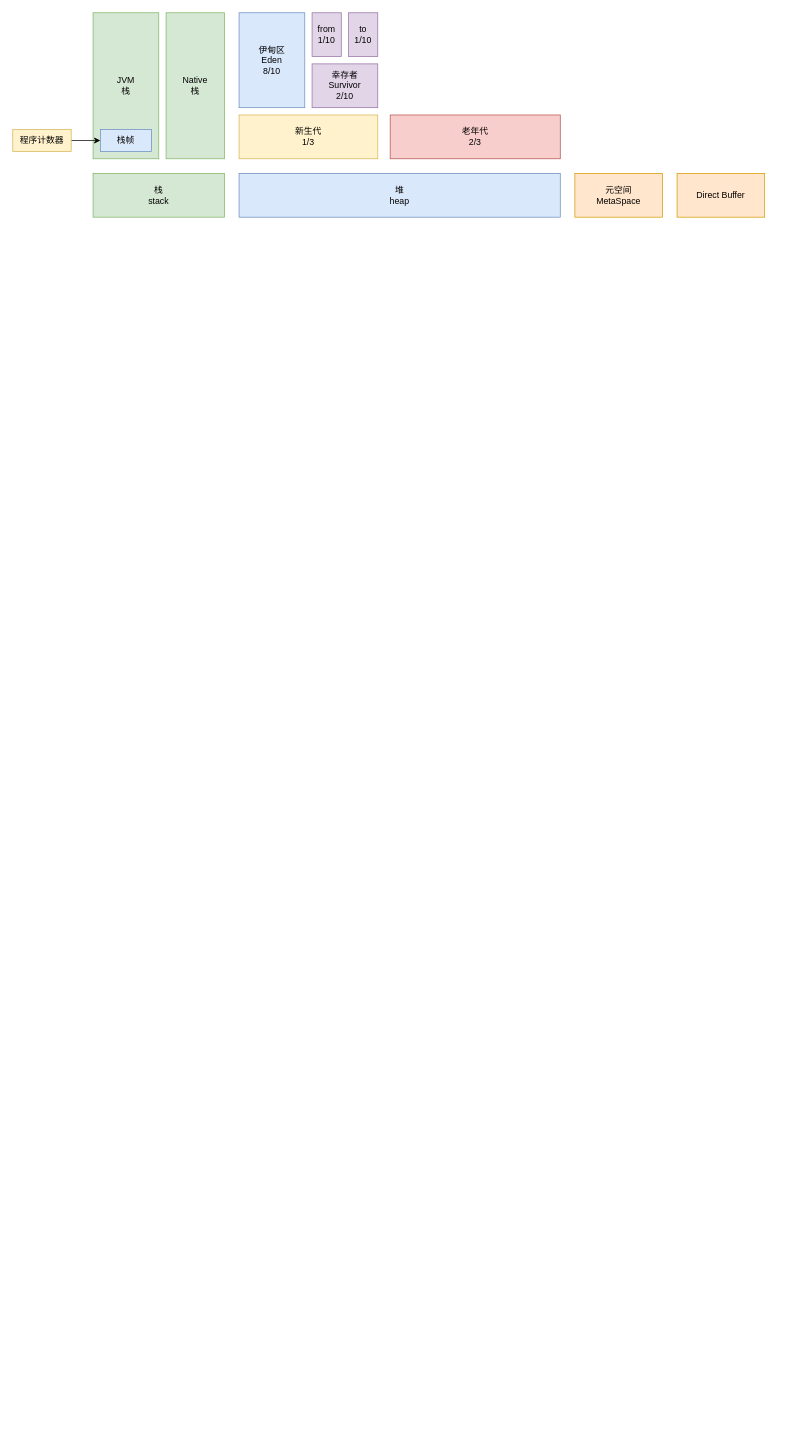
The draw.io diagram jvm/JMM.drawio in thebesteric/draw.io, before the edit. Source tidied: cells renumbered, new cells numbered last; positions are measured from the earlier drawing's top-left corner, leaving out a move shared by most shapes. Both pictures are drawn from the tidied source at 73%, with x=0, y=0 at pixel (12, 12).
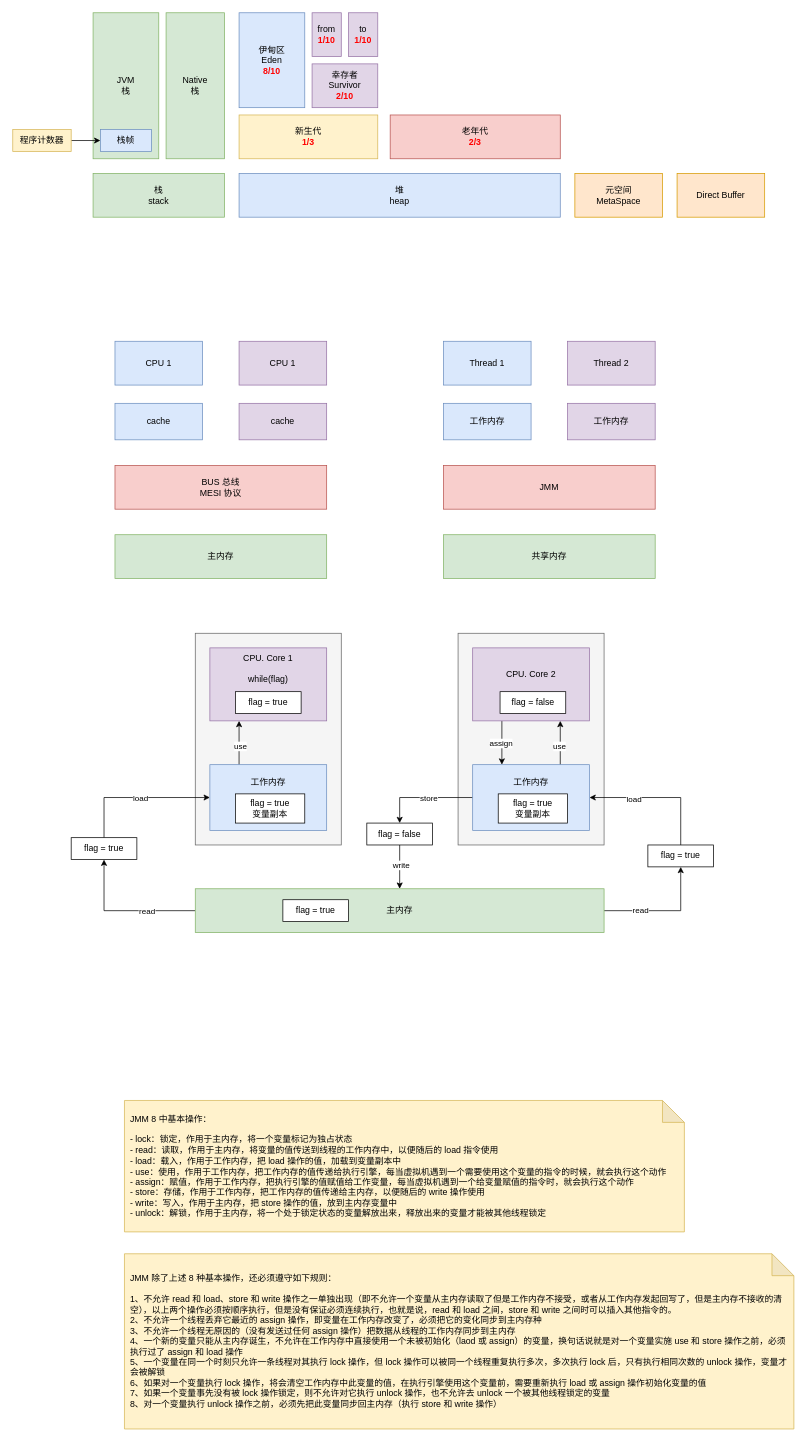
After the change.

Diff of the diagram source:
```diff
@@
-    <mxCell id="11" value="新生代&lt;br&gt;1/3" style="rounded=0;whiteSpace=wrap;html=1;fillColor=#fff2cc;strokeColor=#d6b656;" parent="1" vertex="1">
+    <mxCell id="11" value="新生代&lt;br&gt;&lt;b&gt;&lt;font color=&quot;#ff0000&quot;&gt;1/3&lt;/font&gt;&lt;/b&gt;" style="rounded=0;whiteSpace=wrap;html=1;fillColor=#fff2cc;strokeColor=#d6b656;" parent="1" vertex="1">
       <mxGeometry x="310" y="140" width="190" height="60" as="geometry" />
     </mxCell>
-    <mxCell id="12" value="老年代&lt;br&gt;2/3" style="rounded=0;whiteSpace=wrap;html=1;fillColor=#f8cecc;strokeColor=#b85450;" parent="1" vertex="1">
+    <mxCell id="12" value="老年代&lt;br&gt;&lt;b&gt;&lt;font color=&quot;#ff0000&quot;&gt;2/3&lt;/font&gt;&lt;/b&gt;" style="rounded=0;whiteSpace=wrap;html=1;fillColor=#f8cecc;strokeColor=#b85450;" parent="1" vertex="1">
       <mxGeometry x="517" y="140" width="233" height="60" as="geometry" />
     </mxCell>
-    <mxCell id="13" value="伊甸区&lt;br&gt;Eden&lt;br&gt;8/10" style="rounded=0;whiteSpace=wrap;html=1;fillColor=#dae8fc;strokeColor=#6c8ebf;" parent="1" vertex="1">
+    <mxCell id="13" value="伊甸区&lt;br&gt;Eden&lt;br&gt;&lt;b&gt;&lt;font color=&quot;#ff0000&quot;&gt;8/10&lt;/font&gt;&lt;/b&gt;" style="rounded=0;whiteSpace=wrap;html=1;fillColor=#dae8fc;strokeColor=#6c8ebf;" parent="1" vertex="1">
       <mxGeometry x="310" width="90" height="130" as="geometry" />
     </mxCell>
-    <mxCell id="14" value="幸存者&lt;br&gt;Survivor&lt;br&gt;2/10" style="rounded=0;whiteSpace=wrap;html=1;fillColor=#e1d5e7;strokeColor=#9673a6;" parent="1" vertex="1">
+    <mxCell id="14" value="幸存者&lt;br&gt;Survivor&lt;br&gt;&lt;b&gt;&lt;font color=&quot;#ff0000&quot;&gt;2/10&lt;/font&gt;&lt;/b&gt;" style="rounded=0;whiteSpace=wrap;html=1;fillColor=#e1d5e7;strokeColor=#9673a6;" parent="1" vertex="1">
       <mxGeometry x="410" y="70" width="90" height="60" as="geometry" />
     </mxCell>
-    <mxCell id="15" value="from&lt;br&gt;1/10" style="rounded=0;whiteSpace=wrap;html=1;fillColor=#e1d5e7;strokeColor=#9673a6;" parent="1" vertex="1">
+    <mxCell id="15" value="from&lt;br&gt;&lt;b&gt;&lt;font color=&quot;#ff0000&quot;&gt;1/10&lt;/font&gt;&lt;/b&gt;" style="rounded=0;whiteSpace=wrap;html=1;fillColor=#e1d5e7;strokeColor=#9673a6;" parent="1" vertex="1">
       <mxGeometry x="410" width="40" height="60" as="geometry" />
     </mxCell>
-    <mxCell id="16" value="to&lt;br&gt;1/10" style="rounded=0;whiteSpace=wrap;html=1;fillColor=#e1d5e7;strokeColor=#9673a6;" parent="1" vertex="1">
+    <mxCell id="16" value="to&lt;br&gt;&lt;b&gt;&lt;font color=&quot;#ff0000&quot;&gt;1/10&lt;/font&gt;&lt;/b&gt;" style="rounded=0;whiteSpace=wrap;html=1;fillColor=#e1d5e7;strokeColor=#9673a6;" parent="1" vertex="1">
       <mxGeometry x="460" width="40" height="60" as="geometry" />
     </mxCell>
+    <mxCell id="17" value="主内存" style="rounded=0;whiteSpace=wrap;html=1;fillColor=#d5e8d4;strokeColor=#82b366;" parent="1" vertex="1">
+      <mxGeometry x="140" y="715" width="290" height="60" as="geometry" />
+    </mxCell>
+    <mxCell id="18" value="BUS 总线&lt;br&gt;MESI 协议" style="rounded=0;whiteSpace=wrap;html=1;fillColor=#f8cecc;strokeColor=#b85450;" parent="1" vertex="1">
+      <mxGeometry x="140" y="620" width="290" height="60" as="geometry" />
+    </mxCell>
+    <mxCell id="19" value="cache" style="rounded=0;whiteSpace=wrap;html=1;fillColor=#dae8fc;strokeColor=#6c8ebf;" parent="1" vertex="1">
+      <mxGeometry x="140" y="535" width="120" height="50" as="geometry" />
+    </mxCell>
+    <mxCell id="20" value="cache" style="rounded=0;whiteSpace=wrap;html=1;fillColor=#e1d5e7;strokeColor=#9673a6;" parent="1" vertex="1">
+      <mxGeometry x="310" y="535" width="120" height="50" as="geometry" />
+    </mxCell>
+    <mxCell id="21" value="CPU 1" style="rounded=0;whiteSpace=wrap;html=1;fillColor=#dae8fc;strokeColor=#6c8ebf;" parent="1" vertex="1">
+      <mxGeometry x="140" y="450" width="120" height="60" as="geometry" />
+    </mxCell>
+    <mxCell id="22" value="CPU 1" style="rounded=0;whiteSpace=wrap;html=1;fillColor=#e1d5e7;strokeColor=#9673a6;" parent="1" vertex="1">
+      <mxGeometry x="310" y="450" width="120" height="60" as="geometry" />
+    </mxCell>
+    <mxCell id="23" value="共享内存" style="rounded=0;whiteSpace=wrap;html=1;fillColor=#d5e8d4;strokeColor=#82b366;" parent="1" vertex="1">
+      <mxGeometry x="590" y="715" width="290" height="60" as="geometry" />
+    </mxCell>
+    <mxCell id="24" value="JMM" style="rounded=0;whiteSpace=wrap;html=1;fillColor=#f8cecc;strokeColor=#b85450;" parent="1" vertex="1">
+      <mxGeometry x="590" y="620" width="290" height="60" as="geometry" />
+    </mxCell>
+    <mxCell id="25" value="工作内存" style="rounded=0;whiteSpace=wrap;html=1;fillColor=#dae8fc;strokeColor=#6c8ebf;" parent="1" vertex="1">
+      <mxGeometry x="590" y="535" width="120" height="50" as="geometry" />
+    </mxCell>
+    <mxCell id="26" value="工作内存" style="rounded=0;whiteSpace=wrap;html=1;fillColor=#e1d5e7;strokeColor=#9673a6;" parent="1" vertex="1">
+      <mxGeometry x="760" y="535" width="120" height="50" as="geometry" />
+    </mxCell>
+    <mxCell id="27" value="Thread 1" style="rounded=0;whiteSpace=wrap;html=1;fillColor=#dae8fc;strokeColor=#6c8ebf;" parent="1" vertex="1">
+      <mxGeometry x="590" y="450" width="120" height="60" as="geometry" />
+    </mxCell>
+    <mxCell id="28" value="Thread 2" style="rounded=0;whiteSpace=wrap;html=1;fillColor=#e1d5e7;strokeColor=#9673a6;" parent="1" vertex="1">
+      <mxGeometry x="760" y="450" width="120" height="60" as="geometry" />
+    </mxCell>
+    <mxCell id="29" value="&lt;div class=&quot;mind-clipboard&quot;&gt;&lt;div&gt;JMM 8 中基本操作：&lt;/div&gt;&lt;div&gt;&lt;br&gt;&lt;/div&gt;- lock：锁定，作用于主内存，将一个变量标记为独占状态&lt;div&gt;- read：读取，作用于主内存，将变量的值传送到线程的工作内存中，以便随后的 load 指令使用&lt;/div&gt;&lt;div&gt;- load：载入，作用于工作内存，把 load 操作的值，加载到变量副本中&lt;/div&gt;&lt;div&gt;- use：使用，作用于工作内存，把工作内存的值传递给执行引擎，每当虚拟机遇到一个需要使用这个变量的指令的时候，就会执行这个动作&lt;/div&gt;&lt;div&gt;- assign：赋值，作用于工作内存，把执行引擎的值赋值给工作变量，每当虚拟机遇到一个给变量赋值的指令时，就会执行这个动作&lt;/div&gt;&lt;div&gt;- store：存储，作用于工作内存，把工作内存的值传递给主内存，以便随后的 write 操作使用&lt;/div&gt;&lt;div&gt;- write：写入，作用于主内存，把 store 操作的值，放到主内存变量中&lt;/div&gt;&lt;div&gt;- unlock：解锁，作用于主内存，将一个处于锁定状态的变量解放出来，释放出来的变量才能被其他线程锁定&lt;/div&gt;&lt;/div&gt;" style="shape=note;whiteSpace=wrap;html=1;backgroundOutline=1;darkOpacity=0.05;shadow=0;fontFamily=Helvetica;fillColor=#fff2cc;strokeColor=#d6b656;align=left;spacing=8;" parent="1" vertex="1">
+      <mxGeometry x="153" y="1490" width="767" height="180" as="geometry" />
+    </mxCell>
+    <mxCell id="30" value="&lt;div class=&quot;mind-clipboard&quot;&gt;JMM 除了上述 8 种基本操作，还必须遵守如下规则：&lt;div&gt;&lt;br&gt;&lt;/div&gt;&lt;div&gt;1、不允许 read 和 load、store 和 write 操作之一单独出现（即不允许一个变量从主内存读取了但是工作内存不接受，或者从工作内存发起回写了，但是主内存不接收的清空），以上两个操作必须按顺序执行，但是没有保证必须连续执行，也就是说，read 和 load 之间，store 和 write 之间时可以插入其他指令的。&lt;/div&gt;&lt;div&gt;2、不允许一个线程丢弃它最近的 assign 操作，即变量在工作内存改变了，必须把它的变化同步到主内存种&lt;/div&gt;&lt;div&gt;3、不允许一个线程无原因的（没有发送过任何 assign 操作）把数据从线程的工作内存同步到主内存&lt;/div&gt;&lt;div&gt;4、一个新的变量只能从主内存诞生，不允许在工作内存中直接使用一个未被初始化（laod 或 assign）的变量，换句话说就是对一个变量实施 use 和 store 操作之前，必须执行过了 assign 和 load 操作&lt;/div&gt;&lt;div&gt;5、一个变量在同一个时刻只允许一条线程对其执行 lock 操作，但 lock 操作可以被同一个线程重复执行多次，多次执行 lock 后，只有执行相同次数的 unlock 操作，变量才会被解锁&lt;/div&gt;&lt;div&gt;6、如果对一个变量执行 lock 操作，将会清空工作内存中此变量的值，在执行引擎使用这个变量前，需要重新执行 load 或 assign 操作初始化变量的值&lt;/div&gt;&lt;div&gt;7、如果一个变量事先没有被 lock 操作锁定，则不允许对它执行 unlock 操作，也不允许去 unlock 一个被其他线程锁定的变量&lt;/div&gt;&lt;div&gt;8、对一个变量执行 unlock 操作之前，必须先把此变量同步回主内存（执行 store 和 write 操作）&lt;/div&gt;&lt;/div&gt;" style="shape=note;whiteSpace=wrap;html=1;backgroundOutline=1;darkOpacity=0.05;shadow=0;fontFamily=Helvetica;align=left;spacing=8;fillColor=#fff2cc;strokeColor=#d6b656;" parent="1" vertex="1">
+      <mxGeometry x="153" y="1700" width="917" height="240" as="geometry" />
+    </mxCell>
+    <mxCell id="31" style="edgeStyle=orthogonalEdgeStyle;rounded=0;jettySize=auto;html=1;exitX=0;exitY=0.5;exitDx=0;exitDy=0;fontFamily=Helvetica;fontColor=#000000;entryX=0.5;entryY=1;entryDx=0;entryDy=0;" parent="1" edge="1" source="34" target="44">
+      <mxGeometry relative="1" as="geometry" />
+    </mxCell>
+    <mxCell id="32" value="read" style="edgeLabel;html=1;align=center;verticalAlign=middle;fontFamily=Helvetica;fontColor=#000000;" parent="31" vertex="1">
+      <mxGeometry x="-0.31" relative="1" as="geometry" />
+    </mxCell>
+    <mxCell id="33" value="read" style="edgeStyle=orthogonalEdgeStyle;rounded=0;jettySize=auto;html=1;exitX=1;exitY=0.5;exitDx=0;exitDy=0;entryX=0.5;entryY=1;entryDx=0;entryDy=0;fontFamily=Helvetica;fontColor=#000000;" parent="1" edge="1" source="34" target="59">
+      <mxGeometry x="-0.39" relative="1" as="geometry" />
+    </mxCell>
+    <mxCell id="34" value="主内存" style="rounded=0;whiteSpace=wrap;html=1;fillColor=#d5e8d4;strokeColor=#82b366;" parent="1" vertex="1">
+      <mxGeometry x="250" y="1200" width="560" height="60" as="geometry" />
+    </mxCell>
+    <mxCell id="35" style="rounded=0;whiteSpace=wrap;html=1;shadow=0;fontFamily=Helvetica;fontColor=#333333;fillColor=#f5f5f5;strokeColor=#666666;" parent="1" vertex="1">
+      <mxGeometry x="250" y="850" width="200" height="290" as="geometry" />
+    </mxCell>
+    <mxCell id="36" value="CPU. Core 1&lt;br&gt;&lt;br&gt;while(flag)&lt;br&gt;&lt;br&gt;&lt;br&gt;&lt;br&gt;" style="rounded=0;whiteSpace=wrap;html=1;shadow=0;fontFamily=Helvetica;fillColor=#e1d5e7;strokeColor=#9673a6;" parent="1" vertex="1">
+      <mxGeometry x="270" y="870" width="160" height="100" as="geometry" />
+    </mxCell>
+    <mxCell id="37" style="edgeStyle=orthogonalEdgeStyle;rounded=0;jettySize=auto;html=1;exitX=0.25;exitY=0;exitDx=0;exitDy=0;entryX=0.25;entryY=1;entryDx=0;entryDy=0;fontFamily=Helvetica;fontColor=#000000;" parent="1" edge="1" source="39" target="36">
+      <mxGeometry relative="1" as="geometry" />
+    </mxCell>
+    <mxCell id="38" value="use" style="edgeLabel;html=1;align=center;verticalAlign=middle;fontFamily=Helvetica;fontColor=#000000;" parent="37" vertex="1">
+      <mxGeometry x="-0.13" y="-1" relative="1" as="geometry" />
+    </mxCell>
+    <mxCell id="39" value="工作内存&lt;br&gt;&lt;br&gt;&lt;br&gt;&lt;br&gt;" style="rounded=0;whiteSpace=wrap;html=1;shadow=0;fontFamily=Helvetica;fillColor=#dae8fc;strokeColor=#6c8ebf;" parent="1" vertex="1">
+      <mxGeometry x="270" y="1030" width="160" height="90" as="geometry" />
+    </mxCell>
+    <mxCell id="40" value="flag = true&lt;br&gt;变量副本" style="rounded=0;whiteSpace=wrap;html=1;shadow=0;fontFamily=Helvetica;fontColor=#000000;" parent="1" vertex="1">
+      <mxGeometry x="305" y="1070" width="95" height="40" as="geometry" />
+    </mxCell>
+    <mxCell id="41" value="flag = true" style="rounded=0;whiteSpace=wrap;html=1;shadow=0;fontFamily=Helvetica;fontColor=#000000;" parent="1" vertex="1">
+      <mxGeometry x="370" y="1215" width="90" height="30" as="geometry" />
+    </mxCell>
+    <mxCell id="42" style="edgeStyle=orthogonalEdgeStyle;rounded=0;jettySize=auto;html=1;exitX=0.5;exitY=0;exitDx=0;exitDy=0;entryX=0;entryY=0.5;entryDx=0;entryDy=0;fontFamily=Helvetica;fontColor=#000000;" parent="1" edge="1" source="44" target="39">
+      <mxGeometry relative="1" as="geometry" />
+    </mxCell>
+    <mxCell id="43" value="load" style="edgeLabel;html=1;align=center;verticalAlign=middle;fontFamily=Helvetica;fontColor=#000000;" parent="42" vertex="1">
+      <mxGeometry x="0.04" relative="1" as="geometry" />
+    </mxCell>
+    <mxCell id="44" value="flag = true" style="rounded=0;whiteSpace=wrap;html=1;shadow=0;fontFamily=Helvetica;fontColor=#000000;" parent="1" vertex="1">
+      <mxGeometry x="80" y="1130" width="90" height="30" as="geometry" />
+    </mxCell>
+    <mxCell id="45" value="flag = true" style="rounded=0;whiteSpace=wrap;html=1;shadow=0;fontFamily=Helvetica;fontColor=#000000;" parent="1" vertex="1">
+      <mxGeometry x="305" y="930" width="90" height="30" as="geometry" />
+    </mxCell>
+    <mxCell id="46" style="rounded=0;whiteSpace=wrap;html=1;shadow=0;fontFamily=Helvetica;fontColor=#333333;fillColor=#f5f5f5;strokeColor=#666666;" parent="1" vertex="1">
+      <mxGeometry x="610" y="850" width="200" height="290" as="geometry" />
+    </mxCell>
+    <mxCell id="47" style="edgeStyle=orthogonalEdgeStyle;rounded=0;jettySize=auto;html=1;exitX=0.25;exitY=1;exitDx=0;exitDy=0;entryX=0.25;entryY=0;entryDx=0;entryDy=0;fontFamily=Helvetica;fontColor=#000000;" parent="1" edge="1" source="49" target="54">
+      <mxGeometry relative="1" as="geometry" />
+    </mxCell>
+    <mxCell id="48" value="assign" style="edgeLabel;html=1;align=center;verticalAlign=middle;fontFamily=Helvetica;fontColor=#000000;" parent="47" vertex="1">
+      <mxGeometry y="-2" relative="1" as="geometry" />
+    </mxCell>
+    <mxCell id="49" value="CPU. Core 2&lt;br&gt;&lt;br&gt;&lt;br&gt;" style="rounded=0;whiteSpace=wrap;html=1;shadow=0;fontFamily=Helvetica;fillColor=#e1d5e7;strokeColor=#9673a6;" parent="1" vertex="1">
+      <mxGeometry x="630" y="870" width="160" height="100" as="geometry" />
+    </mxCell>
+    <mxCell id="50" style="edgeStyle=orthogonalEdgeStyle;rounded=0;jettySize=auto;html=1;exitX=0.75;exitY=0;exitDx=0;exitDy=0;entryX=0.75;entryY=1;entryDx=0;entryDy=0;fontFamily=Helvetica;fontColor=#000000;" parent="1" edge="1" source="54" target="49">
+      <mxGeometry relative="1" as="geometry" />
+    </mxCell>
+    <mxCell id="51" value="use" style="edgeLabel;html=1;align=center;verticalAlign=middle;fontFamily=Helvetica;fontColor=#000000;" parent="50" vertex="1">
+      <mxGeometry x="-0.13" y="2" relative="1" as="geometry" />
+    </mxCell>
+    <mxCell id="52" style="edgeStyle=orthogonalEdgeStyle;rounded=0;jettySize=auto;html=1;exitX=0;exitY=0.5;exitDx=0;exitDy=0;entryX=0.5;entryY=0;entryDx=0;entryDy=0;fontFamily=Helvetica;fontColor=#000000;" parent="1" edge="1" source="54" target="62">
+      <mxGeometry relative="1" as="geometry" />
+    </mxCell>
+    <mxCell id="53" value="store" style="edgeLabel;html=1;align=center;verticalAlign=middle;fontFamily=Helvetica;fontColor=#000000;" parent="52" vertex="1">
+      <mxGeometry x="-0.1" relative="1" as="geometry" />
+    </mxCell>
+    <mxCell id="54" value="工作内存&lt;br&gt;&lt;br&gt;&lt;br&gt;&lt;br&gt;" style="rounded=0;whiteSpace=wrap;html=1;shadow=0;fontFamily=Helvetica;fillColor=#dae8fc;strokeColor=#6c8ebf;" parent="1" vertex="1">
+      <mxGeometry x="630" y="1030" width="160" height="90" as="geometry" />
+    </mxCell>
+    <mxCell id="55" value="flag = true&lt;br&gt;变量副本" style="rounded=0;whiteSpace=wrap;html=1;shadow=0;fontFamily=Helvetica;fontColor=#000000;" parent="1" vertex="1">
+      <mxGeometry x="665" y="1070" width="95" height="40" as="geometry" />
+    </mxCell>
+    <mxCell id="56" value="flag = false" style="rounded=0;whiteSpace=wrap;html=1;shadow=0;fontFamily=Helvetica;fontColor=#000000;" parent="1" vertex="1">
+      <mxGeometry x="667.5" y="930" width="90" height="30" as="geometry" />
+    </mxCell>
+    <mxCell id="57" style="edgeStyle=orthogonalEdgeStyle;rounded=0;jettySize=auto;html=1;exitX=0.5;exitY=0;exitDx=0;exitDy=0;entryX=1;entryY=0.5;entryDx=0;entryDy=0;fontFamily=Helvetica;fontColor=#000000;" parent="1" edge="1" source="59" target="54">
+      <mxGeometry relative="1" as="geometry" />
+    </mxCell>
+    <mxCell id="58" value="load" style="edgeLabel;html=1;align=center;verticalAlign=middle;fontFamily=Helvetica;fontColor=#000000;" parent="57" vertex="1">
+      <mxGeometry x="0.37" y="1" relative="1" as="geometry" />
+    </mxCell>
+    <mxCell id="59" value="flag = true" style="rounded=0;whiteSpace=wrap;html=1;shadow=0;fontFamily=Helvetica;fontColor=#000000;" parent="1" vertex="1">
+      <mxGeometry x="870" y="1140" width="90" height="30" as="geometry" />
+    </mxCell>
+    <mxCell id="60" style="edgeStyle=orthogonalEdgeStyle;rounded=0;jettySize=auto;html=1;exitX=0.5;exitY=1;exitDx=0;exitDy=0;entryX=0.5;entryY=0;entryDx=0;entryDy=0;fontFamily=Helvetica;fontColor=#000000;" parent="1" edge="1" source="62" target="34">
+      <mxGeometry relative="1" as="geometry" />
+    </mxCell>
+    <mxCell id="61" value="write" style="edgeLabel;html=1;align=center;verticalAlign=middle;fontFamily=Helvetica;fontColor=#000000;" parent="60" vertex="1">
+      <mxGeometry x="-0.1" y="1" relative="1" as="geometry" />
+    </mxCell>
+    <mxCell id="62" value="flag = false" style="rounded=0;whiteSpace=wrap;html=1;shadow=0;fontFamily=Helvetica;fontColor=#000000;" parent="1" vertex="1">
+      <mxGeometry x="485" y="1110" width="90" height="30" as="geometry" />
+    </mxCell>
```
